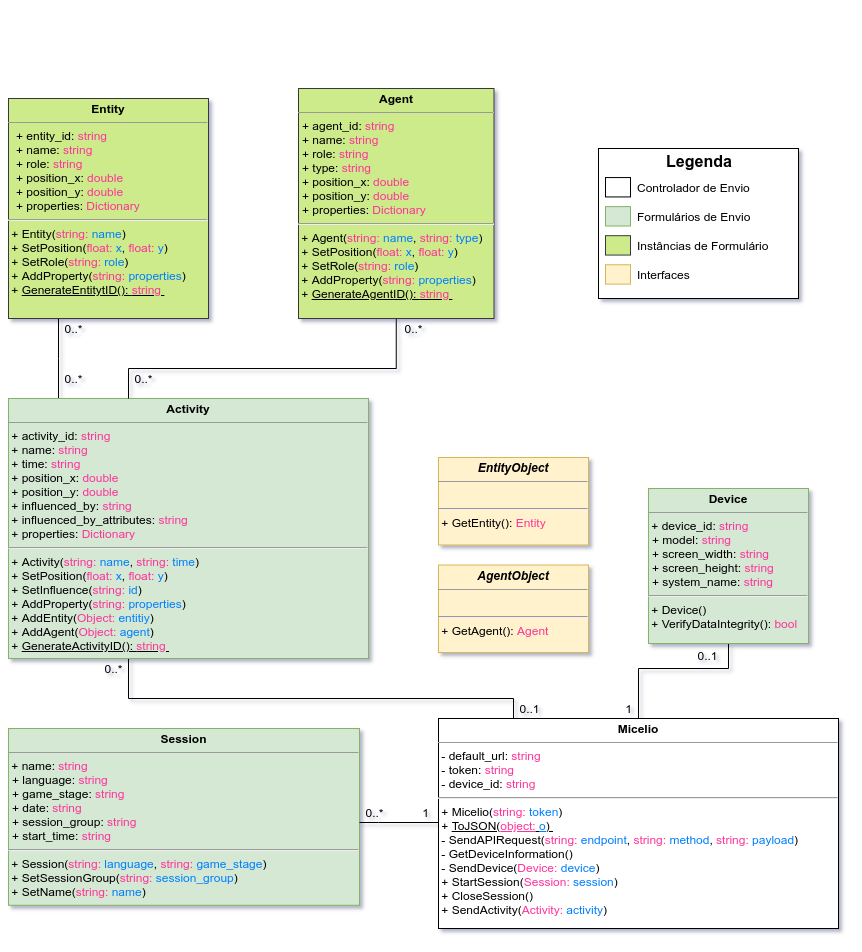
multisens/micelio keeps this draw.io diagram as Documentation/Diagramas/modelo-de-dados-unity.png. Above is the earlier version. Source tidied: cells renumbered, new cells last; positions are measured from the earlier drawing's top-left corner, leaving out a move shared by most shapes.
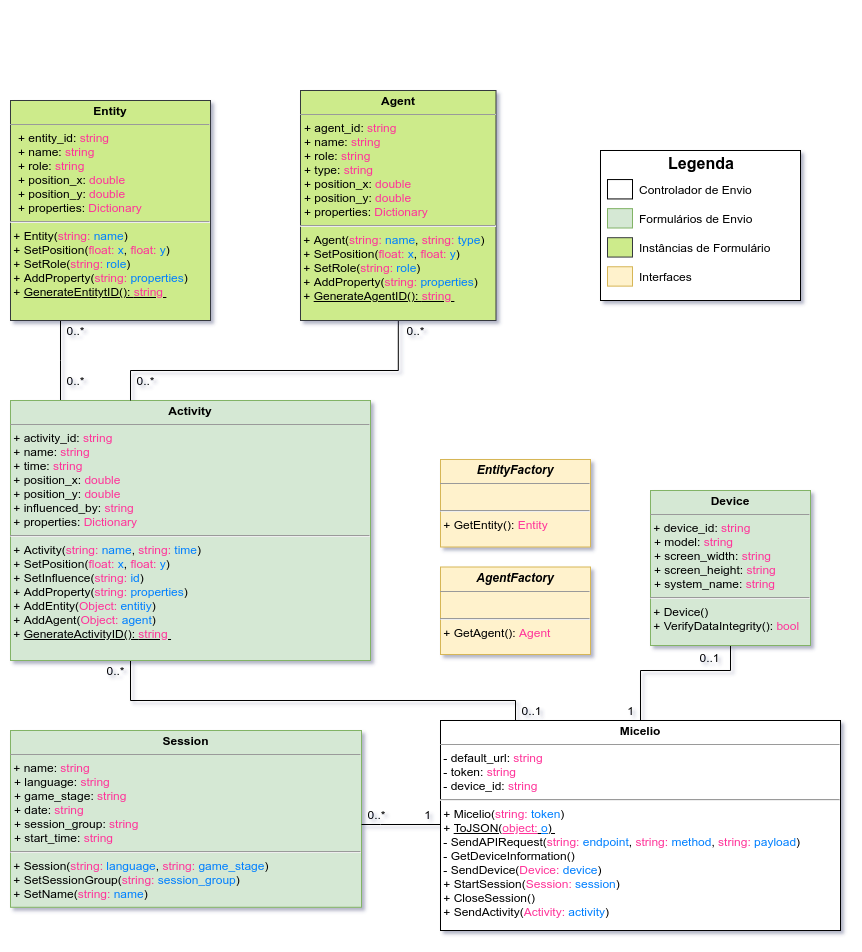
After the commit.

Commit message:
Alteração na documentação Micelio Unity

The edit, as a diff of the source:
```diff
@@ -21,7 +21,7 @@
         </Array>
       </mxGeometry>
     </mxCell>
-    <mxCell id="5" value="&lt;p style=&quot;margin: 0px ; margin-top: 4px ; text-align: center&quot;&gt;&lt;b&gt;Activity&lt;/b&gt;&lt;/p&gt;&lt;hr size=&quot;1&quot;&gt;&amp;nbsp;+ activity_id: &lt;font color=&quot;#ff3399&quot;&gt;string&lt;/font&gt;&lt;br&gt;&amp;nbsp;+ name: &lt;font color=&quot;#ff3399&quot;&gt;string&lt;/font&gt;&lt;br&gt;&amp;nbsp;+ time: &lt;font color=&quot;#ff3399&quot;&gt;string&lt;/font&gt;&lt;br&gt;&amp;nbsp;+ position_x: &lt;font color=&quot;#ff3399&quot;&gt;double&lt;/font&gt;&lt;br&gt;&amp;nbsp;+ position_y: &lt;font color=&quot;#ff3399&quot;&gt;double&lt;/font&gt;&lt;br&gt;&amp;nbsp;+ influenced_by: &lt;font color=&quot;#ff3399&quot;&gt;string&lt;/font&gt;&lt;br&gt;&amp;nbsp;+ influenced_by_attributes: &lt;font color=&quot;#ff3399&quot;&gt;string&lt;br&gt;&lt;/font&gt;&lt;span&gt;&amp;nbsp;+ properties:&amp;nbsp;&lt;/span&gt;&lt;font color=&quot;#ff3399&quot;&gt;Dictionary&lt;/font&gt;&lt;font color=&quot;#ff3399&quot;&gt;&lt;br&gt;&lt;/font&gt;&lt;hr&gt;&amp;nbsp;+ Activity(&lt;span style=&quot;color: rgb(255 , 51 , 153)&quot;&gt;string:&amp;nbsp;&lt;/span&gt;&lt;font color=&quot;#007fff&quot;&gt;name&lt;/font&gt;,&amp;nbsp;&lt;span style=&quot;color: rgb(255 , 51 , 153)&quot;&gt;string:&amp;nbsp;&lt;/span&gt;&lt;font color=&quot;#007fff&quot;&gt;time&lt;/font&gt;)&lt;br&gt;&amp;nbsp;+ SetPosition(&lt;span style=&quot;color: rgb(255 , 51 , 153)&quot;&gt;float:&amp;nbsp;&lt;/span&gt;&lt;font color=&quot;#007fff&quot;&gt;x&lt;/font&gt;,&amp;nbsp;&lt;span style=&quot;color: rgb(255 , 51 , 153)&quot;&gt;float:&amp;nbsp;&lt;/span&gt;&lt;font color=&quot;#007fff&quot;&gt;y&lt;/font&gt;)&lt;br&gt;&amp;nbsp;+ SetInfluence(&lt;span style=&quot;color: rgb(255 , 51 , 153)&quot;&gt;string:&amp;nbsp;&lt;/span&gt;&lt;font color=&quot;#007fff&quot;&gt;id&lt;/font&gt;)&lt;br&gt;&amp;nbsp;+ AddProperty(&lt;span style=&quot;color: rgb(255 , 51 , 153)&quot;&gt;string: &lt;/span&gt;&lt;font color=&quot;#007fff&quot;&gt;properties&lt;/font&gt;)&lt;br&gt;&amp;nbsp;+ AddEntity(&lt;span style=&quot;color: rgb(255 , 51 , 153)&quot;&gt;Object: &lt;/span&gt;&lt;font color=&quot;#007fff&quot;&gt;entitiy&lt;/font&gt;)&lt;br&gt;&amp;nbsp;+ AddAgent(&lt;span style=&quot;color: rgb(255 , 51 , 153)&quot;&gt;Object:&amp;nbsp;&lt;/span&gt;&lt;font color=&quot;#007fff&quot;&gt;agent&lt;/font&gt;)&lt;br&gt;&amp;nbsp;+&amp;nbsp;&lt;u&gt;GenerateActivityID():&amp;nbsp;&lt;span style=&quot;color: rgb(255 , 51 , 153)&quot;&gt;string&amp;nbsp;&lt;/span&gt;&lt;/u&gt;" style="verticalAlign=top;align=left;overflow=fill;fontSize=12;fontFamily=Helvetica;html=1;glass=0;fillColor=#d5e8d4;strokeColor=#82b366;" parent="1" vertex="1">
+    <mxCell id="5" value="&lt;p style=&quot;margin: 0px ; margin-top: 4px ; text-align: center&quot;&gt;&lt;b&gt;Activity&lt;/b&gt;&lt;/p&gt;&lt;hr size=&quot;1&quot;&gt;&amp;nbsp;+ activity_id: &lt;font color=&quot;#ff3399&quot;&gt;string&lt;/font&gt;&lt;br&gt;&amp;nbsp;+ name: &lt;font color=&quot;#ff3399&quot;&gt;string&lt;/font&gt;&lt;br&gt;&amp;nbsp;+ time: &lt;font color=&quot;#ff3399&quot;&gt;string&lt;/font&gt;&lt;br&gt;&amp;nbsp;+ position_x: &lt;font color=&quot;#ff3399&quot;&gt;double&lt;/font&gt;&lt;br&gt;&amp;nbsp;+ position_y: &lt;font color=&quot;#ff3399&quot;&gt;double&lt;/font&gt;&lt;br&gt;&amp;nbsp;+ influenced_by: &lt;font color=&quot;#ff3399&quot;&gt;string&lt;/font&gt;&lt;br&gt;&lt;span&gt;&amp;nbsp;+ properties:&amp;nbsp;&lt;/span&gt;&lt;font color=&quot;#ff3399&quot;&gt;Dictionary&lt;/font&gt;&lt;font color=&quot;#ff3399&quot;&gt;&lt;br&gt;&lt;/font&gt;&lt;hr&gt;&amp;nbsp;+ Activity(&lt;span style=&quot;color: rgb(255 , 51 , 153)&quot;&gt;string:&amp;nbsp;&lt;/span&gt;&lt;font color=&quot;#007fff&quot;&gt;name&lt;/font&gt;,&amp;nbsp;&lt;span style=&quot;color: rgb(255 , 51 , 153)&quot;&gt;string:&amp;nbsp;&lt;/span&gt;&lt;font color=&quot;#007fff&quot;&gt;time&lt;/font&gt;)&lt;br&gt;&amp;nbsp;+ SetPosition(&lt;span style=&quot;color: rgb(255 , 51 , 153)&quot;&gt;float:&amp;nbsp;&lt;/span&gt;&lt;font color=&quot;#007fff&quot;&gt;x&lt;/font&gt;,&amp;nbsp;&lt;span style=&quot;color: rgb(255 , 51 , 153)&quot;&gt;float:&amp;nbsp;&lt;/span&gt;&lt;font color=&quot;#007fff&quot;&gt;y&lt;/font&gt;)&lt;br&gt;&amp;nbsp;+ SetInfluence(&lt;span style=&quot;color: rgb(255 , 51 , 153)&quot;&gt;string:&amp;nbsp;&lt;/span&gt;&lt;font color=&quot;#007fff&quot;&gt;id&lt;/font&gt;)&lt;br&gt;&amp;nbsp;+ AddProperty(&lt;span style=&quot;color: rgb(255 , 51 , 153)&quot;&gt;string: &lt;/span&gt;&lt;font color=&quot;#007fff&quot;&gt;properties&lt;/font&gt;)&lt;br&gt;&amp;nbsp;+ AddEntity(&lt;span style=&quot;color: rgb(255 , 51 , 153)&quot;&gt;Object: &lt;/span&gt;&lt;font color=&quot;#007fff&quot;&gt;entitiy&lt;/font&gt;)&lt;br&gt;&amp;nbsp;+ AddAgent(&lt;span style=&quot;color: rgb(255 , 51 , 153)&quot;&gt;Object:&amp;nbsp;&lt;/span&gt;&lt;font color=&quot;#007fff&quot;&gt;agent&lt;/font&gt;)&lt;br&gt;&amp;nbsp;+&amp;nbsp;&lt;u&gt;GenerateActivityID():&amp;nbsp;&lt;span style=&quot;color: rgb(255 , 51 , 153)&quot;&gt;string&amp;nbsp;&lt;/span&gt;&lt;/u&gt;" style="verticalAlign=top;align=left;overflow=fill;fontSize=12;fontFamily=Helvetica;html=1;glass=0;fillColor=#d5e8d4;strokeColor=#82b366;" parent="1" vertex="1">
       <mxGeometry y="390" width="360" height="260" as="geometry" />
     </mxCell>
     <mxCell id="6" value="&lt;p style=&quot;margin: 0px ; margin-top: 4px ; text-align: center&quot;&gt;&lt;b&gt;Entity&lt;/b&gt;&lt;/p&gt;&lt;hr size=&quot;1&quot;&gt;&lt;p style=&quot;margin: 0px 0px 0px 8px&quot;&gt;+ entity_id: &lt;font color=&quot;#ff3399&quot;&gt;string&lt;/font&gt;&lt;/p&gt;&lt;p style=&quot;margin: 0px 0px 0px 8px&quot;&gt;+ name: &lt;font color=&quot;#ff3399&quot;&gt;string&lt;/font&gt;&lt;br&gt;&lt;/p&gt;&lt;p style=&quot;margin: 0px 0px 0px 8px&quot;&gt;+ role: &lt;font color=&quot;#ff3399&quot;&gt;string&lt;/font&gt;&lt;/p&gt;&lt;p style=&quot;margin: 0px 0px 0px 8px&quot;&gt;+ position_x: &lt;font color=&quot;#ff3399&quot;&gt;double&lt;/font&gt;&lt;br&gt;+ position_y: &lt;font color=&quot;#ff3399&quot;&gt;double&lt;/font&gt;&lt;br&gt;&lt;/p&gt;&lt;p style=&quot;margin: 0px 0px 0px 8px&quot;&gt;+ properties: &lt;font color=&quot;#ff3399&quot;&gt;Dictionary&lt;/font&gt;&lt;/p&gt;&lt;hr&gt;&amp;nbsp;+ Entity(&lt;span style=&quot;color: rgb(255 , 51 , 153)&quot;&gt;string:&amp;nbsp;&lt;/span&gt;&lt;font color=&quot;#007fff&quot;&gt;name&lt;/font&gt;)&lt;br&gt;&amp;nbsp;+ SetPosition(&lt;span style=&quot;color: rgb(255 , 51 , 153)&quot;&gt;float:&amp;nbsp;&lt;/span&gt;&lt;font color=&quot;#007fff&quot;&gt;x&lt;/font&gt;,&amp;nbsp;&lt;span style=&quot;color: rgb(255 , 51 , 153)&quot;&gt;float:&amp;nbsp;&lt;/span&gt;&lt;font color=&quot;#007fff&quot;&gt;y&lt;/font&gt;)&lt;br&gt;&amp;nbsp;+ SetRole(&lt;span style=&quot;color: rgb(255 , 51 , 153)&quot;&gt;string:&amp;nbsp;&lt;/span&gt;&lt;font color=&quot;#007fff&quot;&gt;role&lt;/font&gt;)&lt;br&gt;&amp;nbsp;+ AddProperty(&lt;span style=&quot;color: rgb(255 , 51 , 153)&quot;&gt;string:&amp;nbsp;&lt;/span&gt;&lt;font color=&quot;#007fff&quot;&gt;properties&lt;/font&gt;)&lt;br&gt;&amp;nbsp;+ &lt;u&gt;GenerateEntitytID():&amp;nbsp;&lt;span style=&quot;color: rgb(255 , 51 , 153)&quot;&gt;string&amp;nbsp;&lt;/span&gt;&lt;/u&gt;&lt;br&gt;&amp;nbsp;" style="verticalAlign=top;align=left;overflow=fill;fontSize=12;fontFamily=Helvetica;html=1;glass=0;fillColor=#cdeb8b;strokeColor=#36393d;" parent="1" vertex="1">
@@ -132,10 +132,10 @@
     <mxCell id="36" value="Interfaces" style="text;html=1;strokeColor=none;fillColor=none;align=left;verticalAlign=middle;whiteSpace=wrap;rounded=0;fontSize=12;" parent="26" vertex="1">
       <mxGeometry x="37" y="116.2" width="163" height="19.4" as="geometry" />
     </mxCell>
-    <mxCell id="37" value="&lt;p style=&quot;margin: 0px ; margin-top: 4px ; text-align: center&quot;&gt;&lt;b&gt;&lt;i&gt;EntityObject&lt;/i&gt;&lt;/b&gt;&lt;/p&gt;&lt;hr size=&quot;1&quot;&gt;&amp;nbsp;&lt;br&gt;&lt;hr&gt;&amp;nbsp;+ GetEntity(): &lt;font color=&quot;#ff3399&quot;&gt;Entity&lt;/font&gt;&lt;br&gt;&amp;nbsp;" style="verticalAlign=top;align=left;overflow=fill;fontSize=12;fontFamily=Helvetica;html=1;glass=0;fillColor=#fff2cc;strokeColor=#d6b656;" parent="1" vertex="1">
+    <mxCell id="37" value="&lt;p style=&quot;margin: 0px ; margin-top: 4px ; text-align: center&quot;&gt;&lt;b&gt;&lt;i&gt;EntityFactory&lt;/i&gt;&lt;/b&gt;&lt;/p&gt;&lt;hr size=&quot;1&quot;&gt;&amp;nbsp;&lt;br&gt;&lt;hr&gt;&amp;nbsp;+ GetEntity(): &lt;font color=&quot;#ff3399&quot;&gt;Entity&lt;/font&gt;&lt;br&gt;&amp;nbsp;" style="verticalAlign=top;align=left;overflow=fill;fontSize=12;fontFamily=Helvetica;html=1;glass=0;fillColor=#fff2cc;strokeColor=#d6b656;" parent="1" vertex="1">
       <mxGeometry x="430" y="449" width="150" height="87.5" as="geometry" />
     </mxCell>
-    <mxCell id="38" value="&lt;p style=&quot;margin: 0px ; margin-top: 4px ; text-align: center&quot;&gt;&lt;b&gt;&lt;i&gt;AgentObject&lt;/i&gt;&lt;/b&gt;&lt;/p&gt;&lt;hr size=&quot;1&quot;&gt;&amp;nbsp;&lt;br&gt;&lt;hr&gt;&amp;nbsp;+ GetAgent(): &lt;font color=&quot;#ff3399&quot;&gt;Agent&lt;/font&gt;&lt;br&gt;&amp;nbsp;" style="verticalAlign=top;align=left;overflow=fill;fontSize=12;fontFamily=Helvetica;html=1;glass=0;fillColor=#fff2cc;strokeColor=#d6b656;" parent="1" vertex="1">
+    <mxCell id="38" value="&lt;p style=&quot;margin: 0px ; margin-top: 4px ; text-align: center&quot;&gt;&lt;b&gt;&lt;i&gt;AgentFactory&lt;/i&gt;&lt;/b&gt;&lt;/p&gt;&lt;hr size=&quot;1&quot;&gt;&amp;nbsp;&lt;br&gt;&lt;hr&gt;&amp;nbsp;+ GetAgent(): &lt;font color=&quot;#ff3399&quot;&gt;Agent&lt;/font&gt;&lt;br&gt;&amp;nbsp;" style="verticalAlign=top;align=left;overflow=fill;fontSize=12;fontFamily=Helvetica;html=1;glass=0;fillColor=#fff2cc;strokeColor=#d6b656;" parent="1" vertex="1">
       <mxGeometry x="430" y="556.5" width="150" height="87.5" as="geometry" />
     </mxCell>
   </root>
```
